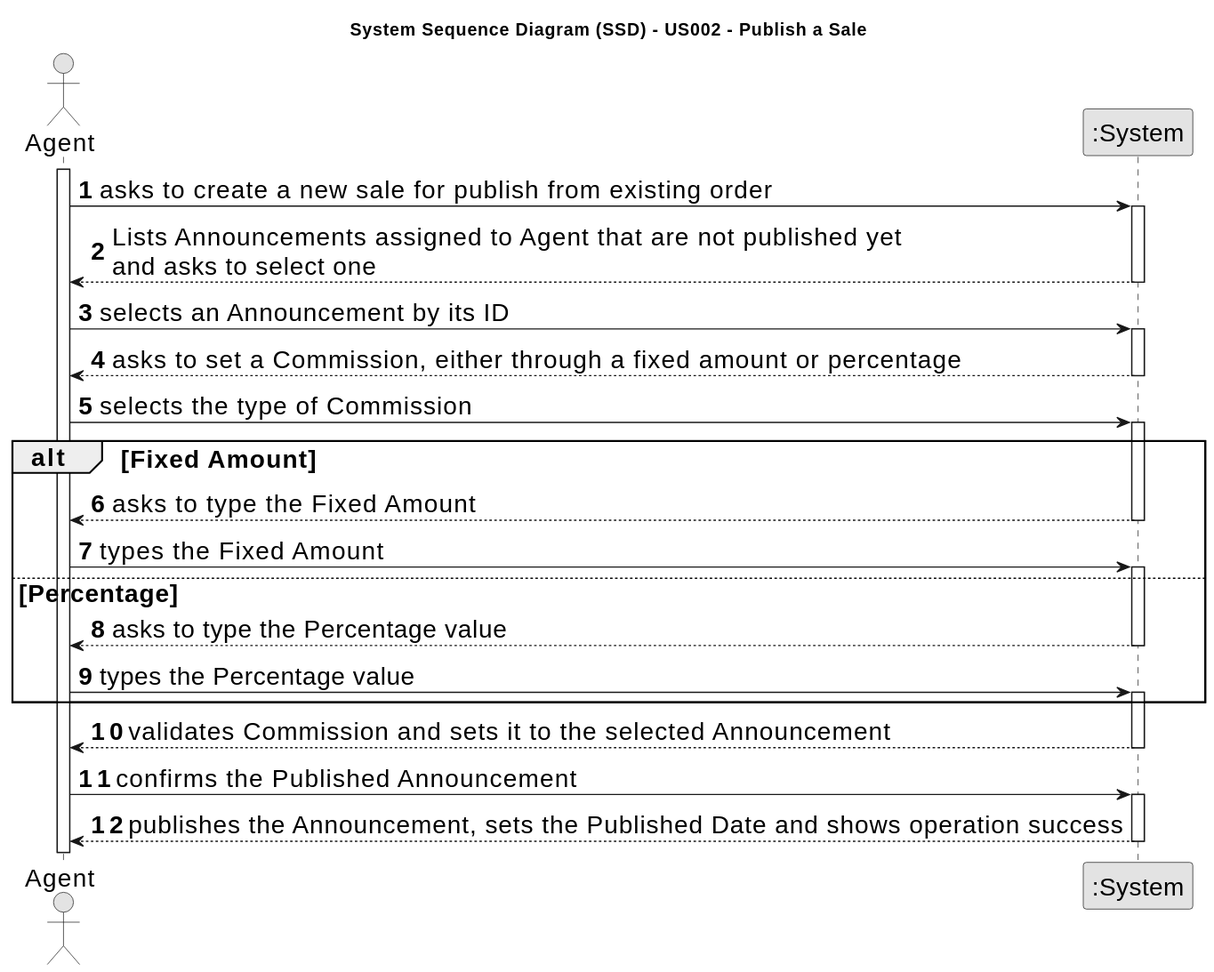
Above: docs/sprintC/us002/01.requirements-engineering/svg/us002-system-sequence-diagram-alternative-two.svg in Goncalves2525/real-estate-management-system (PlantUML), before the change.
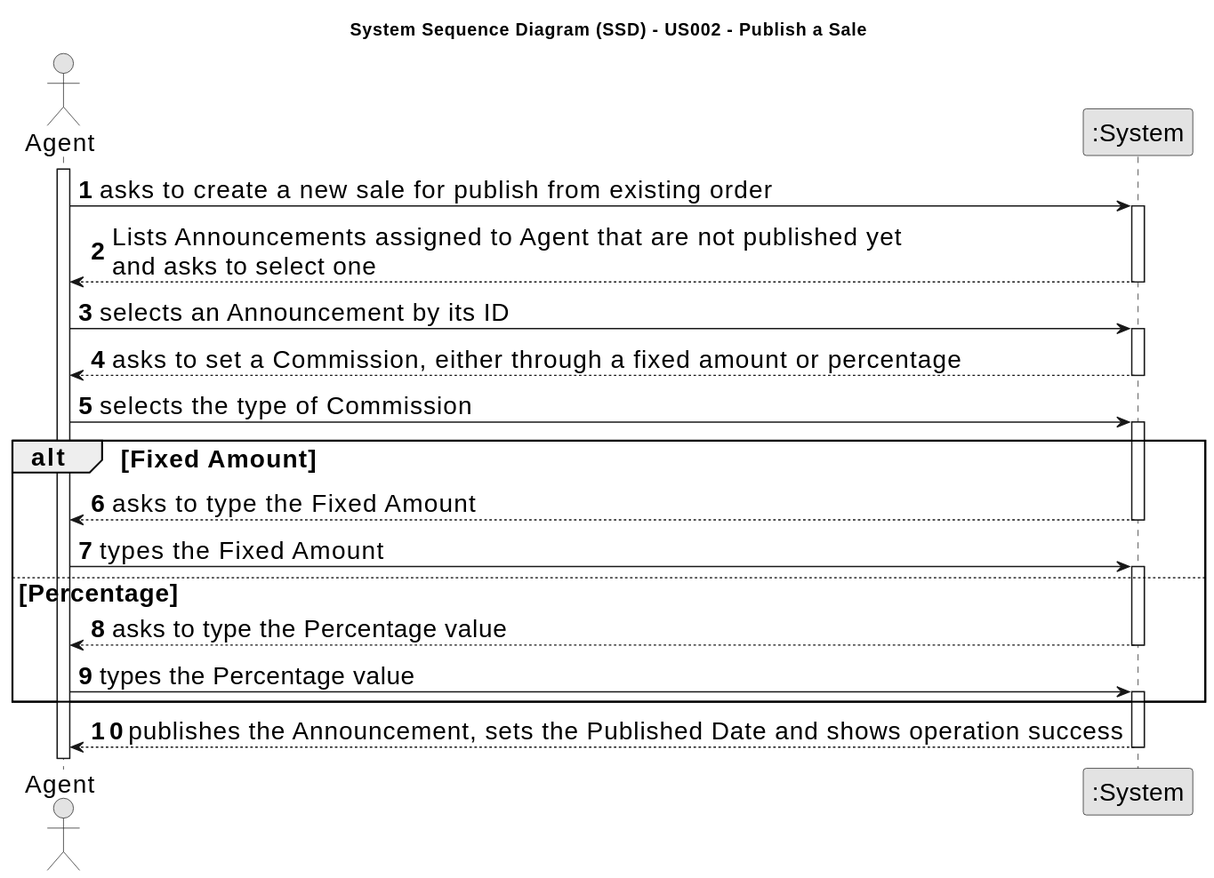
Later version of the same file.

Diff of the diagram source:
```diff
@@ -42,11 +42,6 @@
     activate System
 end
 
-System --> Agent : validates Commission and sets it to the selected Announcement
-deactivate System
-
-Agent -> System : confirms the Published Announcement
-activate System
 
 System --> Agent : publishes the Announcement, sets the Published Date and shows operation success
 deactivate System
```
